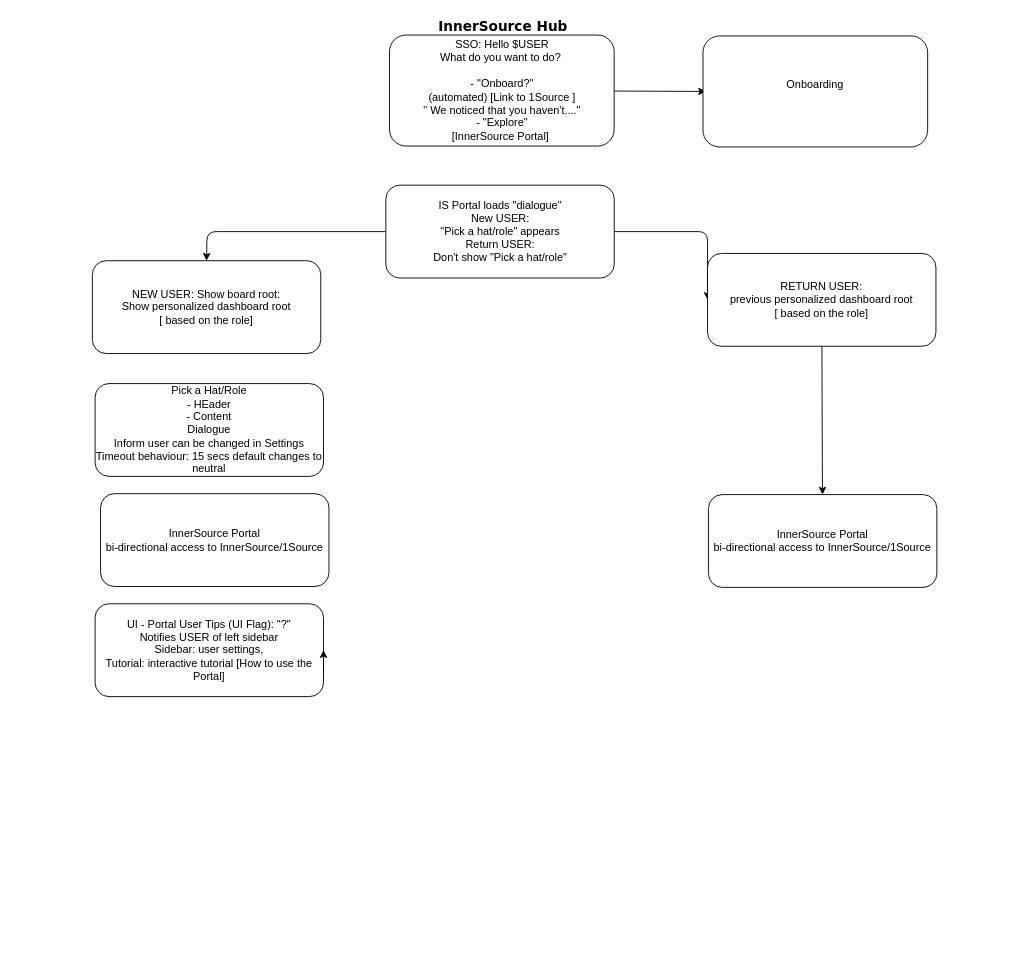
The draw.io diagram .wireframes/innersource-hub.drawio in deb-intel/InnerSourceDeb, before the edit. Source tidied: cells renumbered, new cells numbered last; positions are measured from the earlier drawing's top-left corner, leaving out a move shared by most shapes. Both pictures are drawn from the tidied source at 91%, with x=0, y=0 at pixel (92, 15).
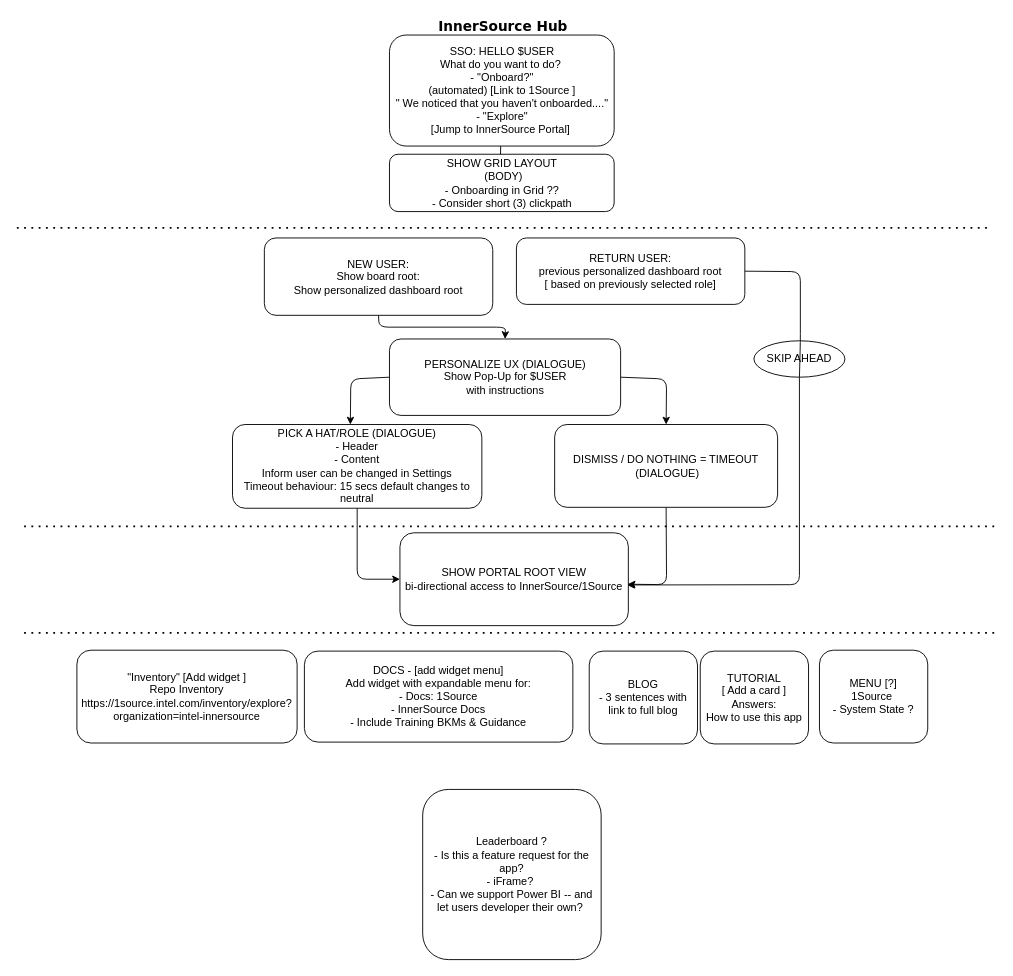
Above is the later version.

Commit message (it also covers changes not shown here):
Add revised wireframe for InnerSource Hub => InnerSource Portal (#99)

- Define feature set for each stage of user interaction.

The edit, as a diff of the source:
```diff
@@
-    <mxCell id="2" style="edgeStyle=none;html=1;" parent="1" edge="1" source="3">
-      <mxGeometry relative="1" as="geometry">
-        <mxPoint x="674.3" y="83" as="targetPoint" />
-      </mxGeometry>
-    </mxCell>
+    <mxCell id="17" style="edgeStyle=none;html=1;" parent="1" edge="1" source="3">
+      <mxGeometry relative="1" as="geometry">
+        <mxPoint x="448" y="177" as="targetPoint" />
+      </mxGeometry>
+    </mxCell>
-    <mxCell id="3" value="SSO: Hello $USER&lt;br&gt;What do you want to do?&amp;nbsp;&lt;br&gt;&lt;br&gt;- &quot;Onboard?&quot; &lt;br&gt;(automated) [Link to 1Source ]&lt;br&gt;&quot; We noticed that you haven't....&quot;&lt;br&gt;- &quot;Explore&quot; &lt;br&gt;[InnerSource Portal]&amp;nbsp;" style="rounded=1;whiteSpace=wrap;html=1;" parent="1" vertex="1">
+    <mxCell id="3" value="SSO: HELLO $USER&lt;br&gt;What do you want to do?&amp;nbsp;&lt;br&gt;- &quot;Onboard?&quot; &lt;br&gt;(automated) [Link to 1Source ]&lt;br&gt;&quot; We noticed that you haven't onboarded....&quot;&lt;br&gt;- &quot;Explore&quot; &lt;br&gt;[Jump to InnerSource Portal]&amp;nbsp;" style="rounded=1;whiteSpace=wrap;html=1;" parent="1" vertex="1">
       <mxGeometry x="326.5" y="21" width="246.9" height="122" as="geometry" />
     </mxCell>
-    <mxCell id="4" style="edgeStyle=none;html=1;entryX=0;entryY=0.5;entryDx=0;entryDy=0;exitX=1;exitY=0.5;exitDx=0;exitDy=0;" parent="1" edge="1" source="6" target="12">
-      <mxGeometry relative="1" as="geometry">
-        <Array as="points">
-          <mxPoint x="676" y="237" />
-        </Array>
-      </mxGeometry>
-    </mxCell>
-    <mxCell id="5" style="edgeStyle=none;html=1;entryX=0.5;entryY=0;entryDx=0;entryDy=0;" parent="1" edge="1" source="6" target="8">
-      <mxGeometry relative="1" as="geometry">
-        <Array as="points">
-          <mxPoint x="126" y="237" />
-        </Array>
-      </mxGeometry>
-    </mxCell>
-    <mxCell id="6" value="IS Portal loads &quot;dialogue&quot;&lt;br&gt;New USER:&lt;br&gt;&quot;Pick a hat/role&quot; appears&lt;br&gt;Return USER:&lt;br&gt;Don't show &quot;Pick a hat/role&quot;" style="rounded=1;whiteSpace=wrap;html=1;" parent="1" vertex="1">
-      <mxGeometry x="322.5" y="186" width="251" height="102" as="geometry" />
-    </mxCell>
@@
+    <mxCell id="18" style="edgeStyle=none;html=1;exitX=0.5;exitY=1;exitDx=0;exitDy=0;entryX=0.5;entryY=0;entryDx=0;entryDy=0;" parent="1" edge="1" source="8" target="24">
+      <mxGeometry relative="1" as="geometry">
+        <Array as="points">
+          <mxPoint x="315" y="342" />
+          <mxPoint x="454" y="342" />
+        </Array>
+      </mxGeometry>
+    </mxCell>
-    <mxCell id="8" value="NEW USER: Show board root: &lt;br&gt;Show personalized dashboard root &lt;br&gt;[ based on the role]" style="rounded=1;whiteSpace=wrap;html=1;" parent="1" vertex="1">
-      <mxGeometry y="269" width="251" height="102" as="geometry" />
+    <mxCell id="8" value="NEW USER: &lt;br&gt;Show board root: &lt;br&gt;Show personalized dashboard root" style="rounded=1;whiteSpace=wrap;html=1;" parent="1" vertex="1">
+      <mxGeometry x="189" y="244" width="251" height="85" as="geometry" />
     </mxCell>
-    <mxCell id="9" value="Onboarding&lt;br&gt;&amp;nbsp;" style="rounded=1;whiteSpace=wrap;html=1;" parent="1" vertex="1">
-      <mxGeometry x="671" y="22" width="246.9" height="122" as="geometry" />
-    </mxCell>
+    <mxCell id="19" style="edgeStyle=none;html=1;entryX=0;entryY=0.5;entryDx=0;entryDy=0;" parent="1" edge="1" source="10" target="13">
+      <mxGeometry relative="1" as="geometry">
+        <Array as="points">
+          <mxPoint x="291" y="619" />
+        </Array>
+      </mxGeometry>
+    </mxCell>
-    <mxCell id="10" value="Pick a Hat/Role&lt;br&gt;- HEader&lt;br&gt;- Content&lt;br&gt;Dialogue&lt;br&gt;Inform user can be changed in Settings&lt;br&gt;Timeout behaviour: 15 secs default changes to neutral" style="rounded=1;whiteSpace=wrap;html=1;" parent="1" vertex="1">
-      <mxGeometry x="3" y="404" width="251" height="102" as="geometry" />
+    <mxCell id="10" value="PICK A HAT/ROLE (DIALOGUE)&lt;br&gt;- Header&lt;br&gt;- Content&lt;br&gt;Inform user can be changed in Settings&lt;br&gt;Timeout behaviour: 15 secs default changes to neutral" style="rounded=1;whiteSpace=wrap;html=1;" parent="1" vertex="1">
+      <mxGeometry x="154" y="449" width="274" height="92" as="geometry" />
     </mxCell>
-    <mxCell id="11" style="edgeStyle=none;html=1;" parent="1" edge="1" source="12" target="14">
-      <mxGeometry relative="1" as="geometry" />
-    </mxCell>
+    <mxCell id="20" style="edgeStyle=none;html=1;entryX=0.995;entryY=0.562;entryDx=0;entryDy=0;exitX=0.5;exitY=1;exitDx=0;exitDy=0;entryPerimeter=0;startArrow=none;" parent="1" edge="1" source="36" target="13">
+      <mxGeometry relative="1" as="geometry">
+        <Array as="points">
+          <mxPoint x="777" y="625" />
+        </Array>
+      </mxGeometry>
+    </mxCell>
-    <mxCell id="12" value="RETURN USER: &lt;br&gt;previous&amp;nbsp;personalized dashboard root &lt;br&gt;[ based on the role]" style="rounded=1;whiteSpace=wrap;html=1;" parent="1" vertex="1">
-      <mxGeometry x="676" y="261" width="251" height="102" as="geometry" />
+    <mxCell id="12" value="RETURN USER: &lt;br&gt;previous&amp;nbsp;personalized dashboard root &lt;br&gt;[ based on previously selected role]" style="rounded=1;whiteSpace=wrap;html=1;" parent="1" vertex="1">
+      <mxGeometry x="466" y="244" width="251" height="73" as="geometry" />
     </mxCell>
-    <mxCell id="13" value="InnerSource Portal&lt;br&gt;bi-directional access to InnerSource/1Source" style="rounded=1;whiteSpace=wrap;html=1;" parent="1" vertex="1">
-      <mxGeometry x="9" y="525" width="251" height="102" as="geometry" />
+    <mxCell id="13" value="SHOW PORTAL ROOT VIEW&lt;br&gt;bi-directional access to InnerSource/1Source" style="rounded=1;whiteSpace=wrap;html=1;" parent="1" vertex="1">
+      <mxGeometry x="338" y="568" width="251" height="102" as="geometry" />
     </mxCell>
-    <mxCell id="14" value="InnerSource Portal&lt;br&gt;bi-directional access to InnerSource/1Source" style="rounded=1;whiteSpace=wrap;html=1;" parent="1" vertex="1">
-      <mxGeometry x="677" y="526" width="251" height="102" as="geometry" />
-    </mxCell>
-    <mxCell id="15" value="UI - Portal User Tips (UI Flag): &quot;?&quot;&lt;br&gt;Notifies USER of left sidebar&lt;br&gt;Sidebar: user settings, &lt;br&gt;Tutorial: interactive tutorial [How to use the Portal]" style="rounded=1;whiteSpace=wrap;html=1;" parent="1" vertex="1">
-      <mxGeometry x="3" y="646" width="251" height="102" as="geometry" />
-    </mxCell>
-    <mxCell id="16" style="edgeStyle=none;html=1;exitX=1;exitY=0.75;exitDx=0;exitDy=0;entryX=1;entryY=0.5;entryDx=0;entryDy=0;" parent="1" edge="1" source="15" target="15">
-      <mxGeometry relative="1" as="geometry" />
-    </mxCell>
+    <mxCell id="21" style="endArrow=none;dashed=1;html=1;dashPattern=1 3;strokeWidth=2;" parent="1" edge="1">
+      <mxGeometry relative="1" as="geometry">
+        <mxPoint x="-83" y="233" as="sourcePoint" />
+        <mxPoint x="985" y="233" as="targetPoint" />
+      </mxGeometry>
+    </mxCell>
+    <mxCell id="22" value="SHOW GRID LAYOUT&lt;br&gt;&amp;nbsp;(BODY)&lt;br&gt;- Onboarding in Grid ??&lt;br&gt;- Consider short (3) clickpath" style="rounded=1;whiteSpace=wrap;html=1;" parent="1" vertex="1">
+      <mxGeometry x="326.5" y="152" width="246.9" height="63" as="geometry" />
+    </mxCell>
+    <mxCell id="23" style="edgeStyle=none;html=1;entryX=0.5;entryY=0;entryDx=0;entryDy=0;exitX=1;exitY=0.5;exitDx=0;exitDy=0;" parent="1" edge="1" source="24" target="26">
+      <mxGeometry relative="1" as="geometry">
+        <Array as="points">
+          <mxPoint x="631" y="399" />
+        </Array>
+      </mxGeometry>
+    </mxCell>
+    <mxCell id="24" value="PERSONALIZE UX&amp;nbsp;(DIALOGUE)&lt;br&gt;Show Pop-Up for $USER &lt;br&gt;with instructions" style="rounded=1;whiteSpace=wrap;html=1;" parent="1" vertex="1">
+      <mxGeometry x="326.5" y="355" width="254" height="84" as="geometry" />
+    </mxCell>
+    <mxCell id="25" style="edgeStyle=none;html=1;exitX=0.5;exitY=1;exitDx=0;exitDy=0;entryX=0.997;entryY=0.554;entryDx=0;entryDy=0;entryPerimeter=0;" parent="1" edge="1" source="26" target="13">
+      <mxGeometry relative="1" as="geometry">
+        <Array as="points">
+          <mxPoint x="631" y="625" />
+        </Array>
+      </mxGeometry>
+    </mxCell>
+    <mxCell id="26" value="DISMISS / DO NOTHING = TIMEOUT&lt;br&gt;&amp;nbsp;(DIALOGUE)" style="rounded=1;whiteSpace=wrap;html=1;" parent="1" vertex="1">
+      <mxGeometry x="508" y="449" width="245" height="91" as="geometry" />
+    </mxCell>
+    <mxCell id="27" value="&quot;Inventory&quot; [Add widget ]&lt;br&gt;Repo Inventory&lt;br&gt;https://1source.intel.com/inventory/explore?organization=intel-innersource" style="rounded=1;whiteSpace=wrap;html=1;" parent="1" vertex="1">
+      <mxGeometry x="-17" y="697" width="242" height="102" as="geometry" />
+    </mxCell>
+    <mxCell id="28" value="TUTORIAL&lt;br&gt;[ Add a card ]&lt;br&gt;Answers: &lt;br&gt;How to use this app&lt;br&gt;" style="rounded=1;whiteSpace=wrap;html=1;" parent="1" vertex="1">
+      <mxGeometry x="668" y="698" width="119" height="102" as="geometry" />
+    </mxCell>
+    <mxCell id="29" value="MENU [?]&lt;br&gt;1Source&amp;nbsp;&lt;br&gt;- System State ?" style="rounded=1;whiteSpace=wrap;html=1;" parent="1" vertex="1">
+      <mxGeometry x="799" y="697" width="119" height="102" as="geometry" />
+    </mxCell>
+    <mxCell id="30" value="Leaderboard ?&lt;br&gt;- Is this a feature request for the app?&lt;br&gt;- iFrame?&amp;nbsp;&lt;br&gt;- Can we support Power BI -- and let users developer their own?&amp;nbsp;&lt;br&gt;" style="rounded=1;whiteSpace=wrap;html=1;" parent="1" vertex="1">
+      <mxGeometry x="363" y="850" width="196.1" height="187" as="geometry" />
+    </mxCell>
+    <mxCell id="31" style="endArrow=none;dashed=1;html=1;dashPattern=1 3;strokeWidth=2;" parent="1" edge="1">
+      <mxGeometry relative="1" as="geometry">
+        <mxPoint x="-75" y="561" as="sourcePoint" />
+        <mxPoint x="993" y="561" as="targetPoint" />
+      </mxGeometry>
+    </mxCell>
+    <mxCell id="32" value="BLOG&lt;br&gt;- 3 sentences&amp;nbsp;with link to full blog" style="rounded=1;whiteSpace=wrap;html=1;" parent="1" vertex="1">
+      <mxGeometry x="546" y="698" width="119" height="102" as="geometry" />
+    </mxCell>
+    <mxCell id="33" value="DOCS - [add widget menu]&lt;br&gt;&amp;nbsp;Add widget with expandable menu for:&amp;nbsp;&lt;br&gt;- Docs: 1Source&lt;br&gt;- InnerSource Docs&lt;br&gt;- Include Training BKMs &amp;amp; Guidance" style="rounded=1;whiteSpace=wrap;html=1;" parent="1" vertex="1">
+      <mxGeometry x="233" y="698" width="295" height="100" as="geometry" />
+    </mxCell>
+    <mxCell id="34" style="endArrow=none;dashed=1;html=1;dashPattern=1 3;strokeWidth=2;" parent="1" edge="1">
+      <mxGeometry relative="1" as="geometry">
+        <mxPoint x="-75" y="678" as="sourcePoint" />
+        <mxPoint x="993" y="678" as="targetPoint" />
+      </mxGeometry>
+    </mxCell>
+    <mxCell id="35" style="edgeStyle=none;html=1;entryX=0.5;entryY=0;entryDx=0;entryDy=0;exitX=0;exitY=0.5;exitDx=0;exitDy=0;" parent="1" edge="1" source="24">
+      <mxGeometry relative="1" as="geometry">
+        <mxPoint x="283.5" y="449" as="targetPoint" />
+        <Array as="points">
+          <mxPoint x="284" y="399" />
+        </Array>
+      </mxGeometry>
+    </mxCell>
+    <mxCell id="36" value="SKIP AHEAD" style="ellipse;whiteSpace=wrap;html=1;align=center;newEdgeStyle={&quot;edgeStyle&quot;:&quot;entityRelationEdgeStyle&quot;,&quot;startArrow&quot;:&quot;none&quot;,&quot;endArrow&quot;:&quot;none&quot;,&quot;segment&quot;:10,&quot;curved&quot;:1};" parent="1" vertex="1">
+      <mxGeometry x="727" y="357" width="100" height="40" as="geometry" />
+    </mxCell>
+    <mxCell id="37" style="edgeStyle=none;html=1;entryX=0.5;entryY=1;entryDx=0;entryDy=0;exitX=1;exitY=0.5;exitDx=0;exitDy=0;endArrow=none;" parent="1" edge="1" source="12" target="36">
+      <mxGeometry relative="1" as="geometry">
+        <Array as="points">
+          <mxPoint x="778" y="281" />
+          <mxPoint x="778" y="359" />
+        </Array>
+      </mxGeometry>
+    </mxCell>
```
